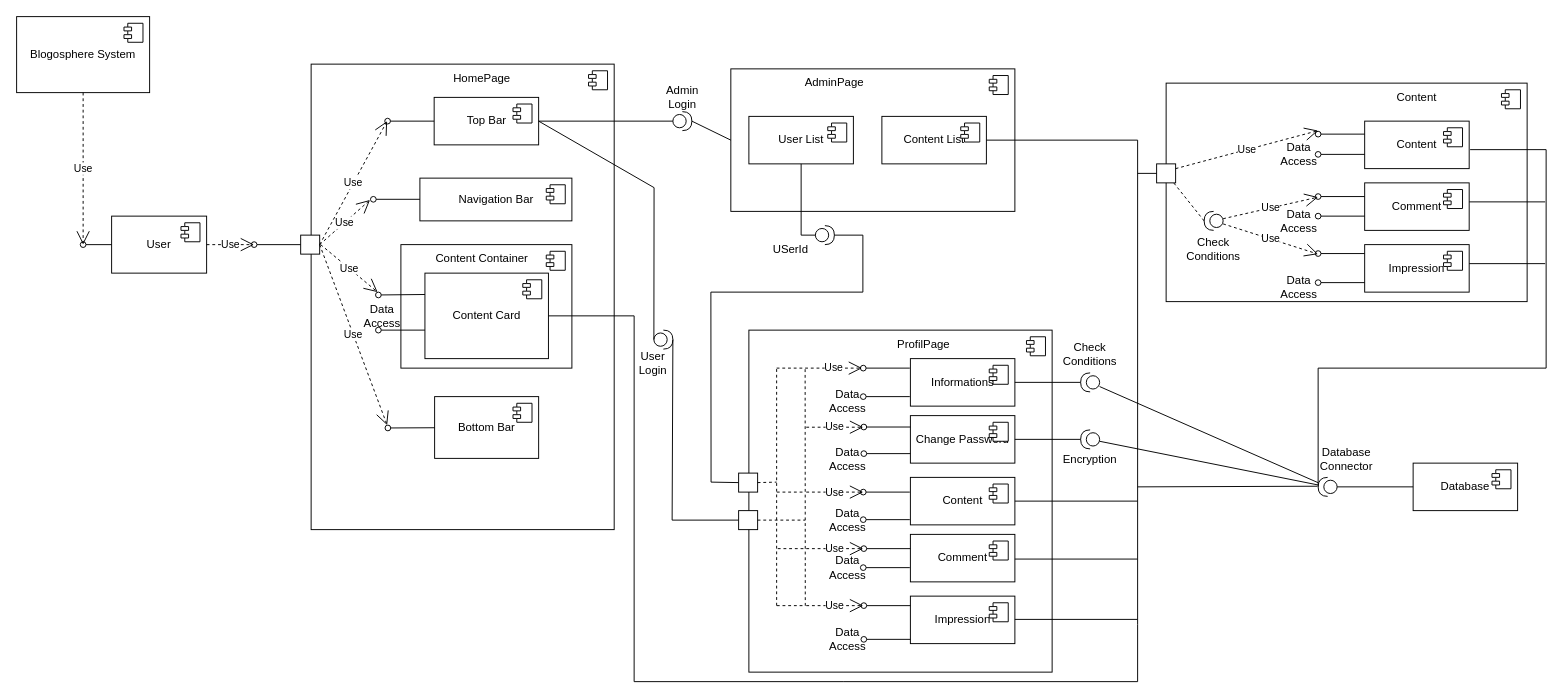
This is DSD/Architecture diagram.drawio from gitsametcan/Blogosphere, a draw.io file, before an edit. Source tidied: cells renumbered, new cells numbered last; positions are measured from the earlier drawing's top-left corner, leaving out a move shared by most shapes. Both pictures are drawn from the tidied source at 95%, with x=0, y=0 at pixel (16, 16).
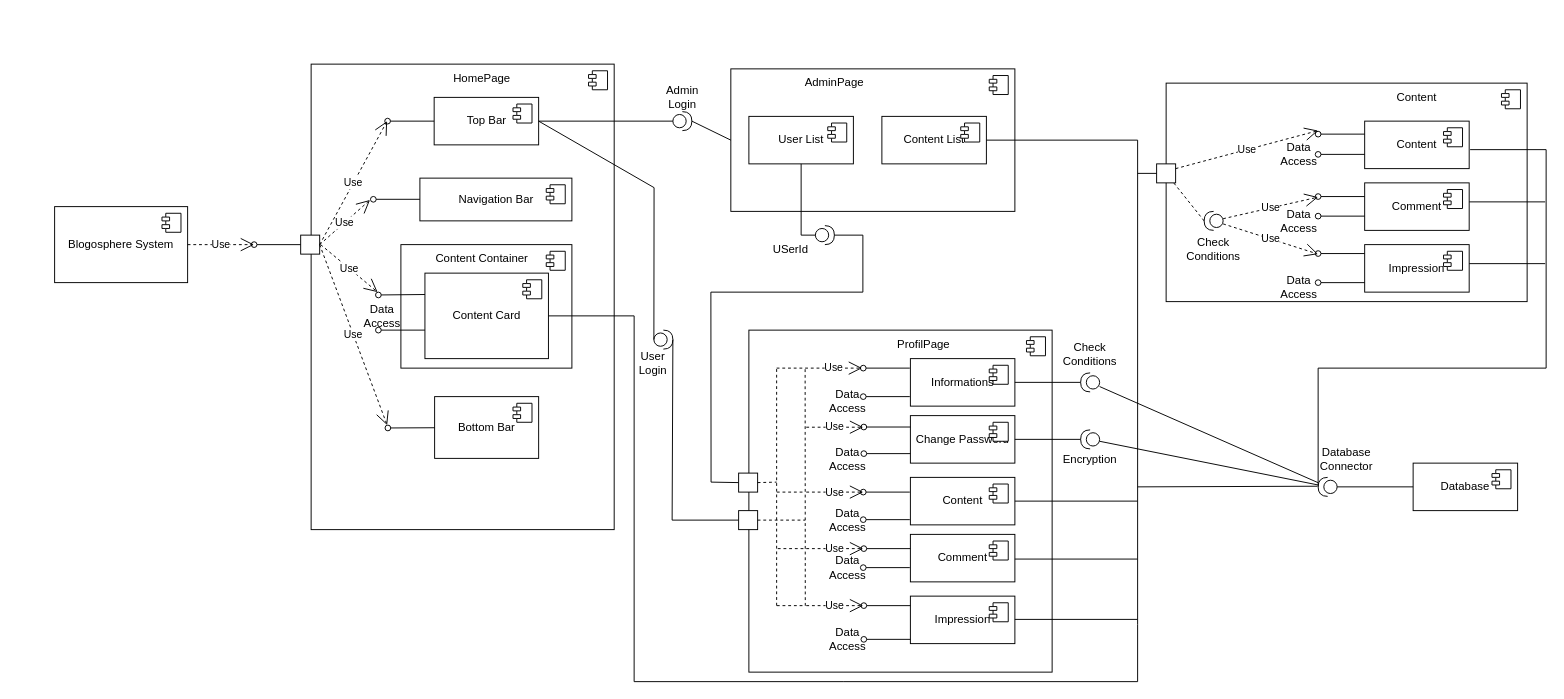
The same page after the edit.

Change to the diagram source:
```diff
@@
     <mxCell id="5" value="Blogosphere System" style="html=1;whiteSpace=wrap;" parent="1" vertex="1">
-      <mxGeometry width="140" height="80" as="geometry" />
+      <mxGeometry x="40" y="200" width="140" height="80" as="geometry" />
     </mxCell>
@@
-    <mxCell id="19" value="User" style="html=1;whiteSpace=wrap;" parent="1" vertex="1">
-      <mxGeometry x="100" y="210" width="100" height="60" as="geometry" />
-    </mxCell>
-    <mxCell id="20" style="shape=module;jettyWidth=8;jettyHeight=4;" parent="19" vertex="1">
-      <mxGeometry x="1" width="20" height="20" relative="1" as="geometry">
-        <mxPoint x="-27" y="7" as="offset" />
-      </mxGeometry>
-    </mxCell>
-    <mxCell id="21" style="endArrow=none;html=1;rounded=0;startArrow=oval;startFill=0;" parent="1" edge="1" target="19">
-      <mxGeometry relative="1" as="geometry">
-        <mxPoint x="70" y="240" as="sourcePoint" />
-        <Array as="points">
-          <mxPoint x="70" y="240" />
-        </Array>
-      </mxGeometry>
-    </mxCell>
     <mxCell id="22" value="Use" style="endArrow=open;endSize=12;dashed=1;html=1;rounded=0;" parent="1" edge="1" source="5">
       <mxGeometry relative="1" as="geometry">
-        <mxPoint x="70" y="240" as="targetPoint" />
+        <mxPoint x="250" y="240" as="targetPoint" />
       </mxGeometry>
     </mxCell>
@@
-    <mxCell id="69" value="Use" style="endArrow=open;endSize=12;dashed=1;html=1;rounded=0;" parent="1" edge="1" source="19">
-      <mxGeometry relative="1" as="geometry">
-        <mxPoint x="250" y="240" as="targetPoint" />
-      </mxGeometry>
-    </mxCell>
```
